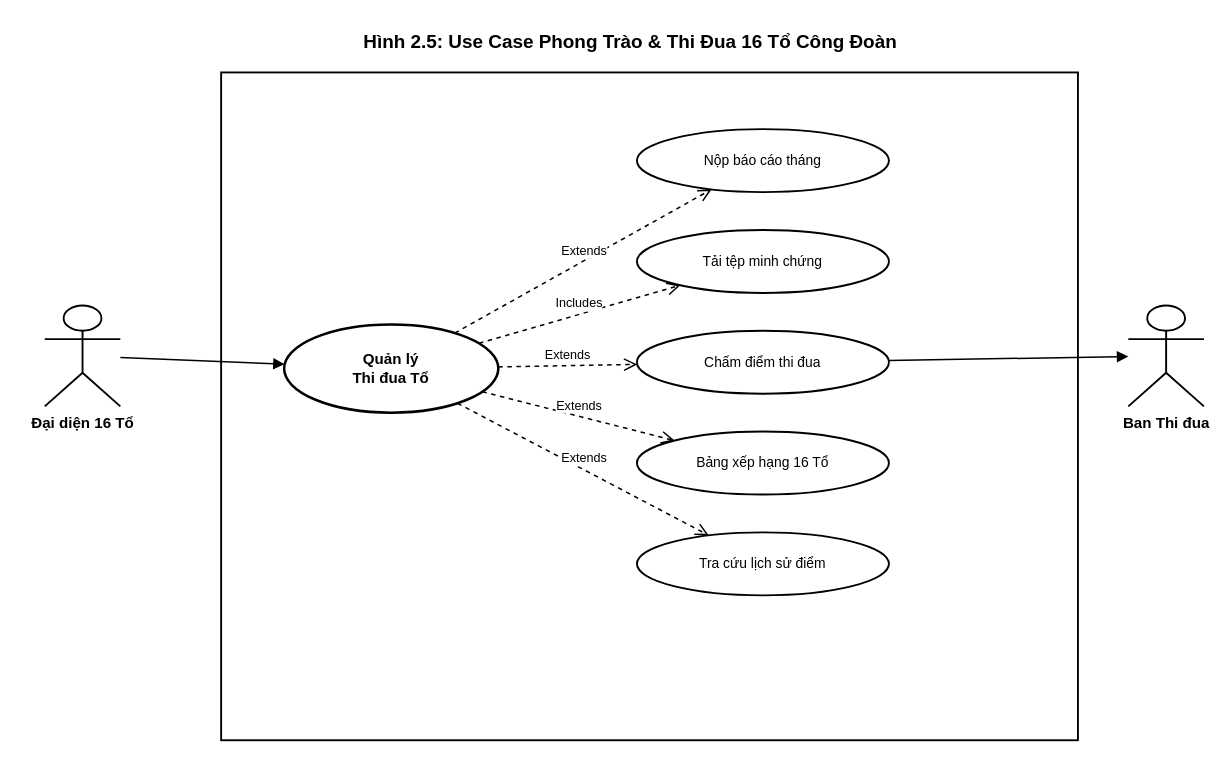
This is docs/diagrams/UC5_Thi_dua_16_To.drawio from t5ry7y88889/CongDoanTDMU, a draw.io file, before an edit. Source tidied: cells renumbered, new cells numbered last; positions are measured from the earlier drawing's top-left corner, leaving out a move shared by most shapes. Both pictures are drawn from the tidied source at 126%, with x=0, y=0 at pixel (44, 21).
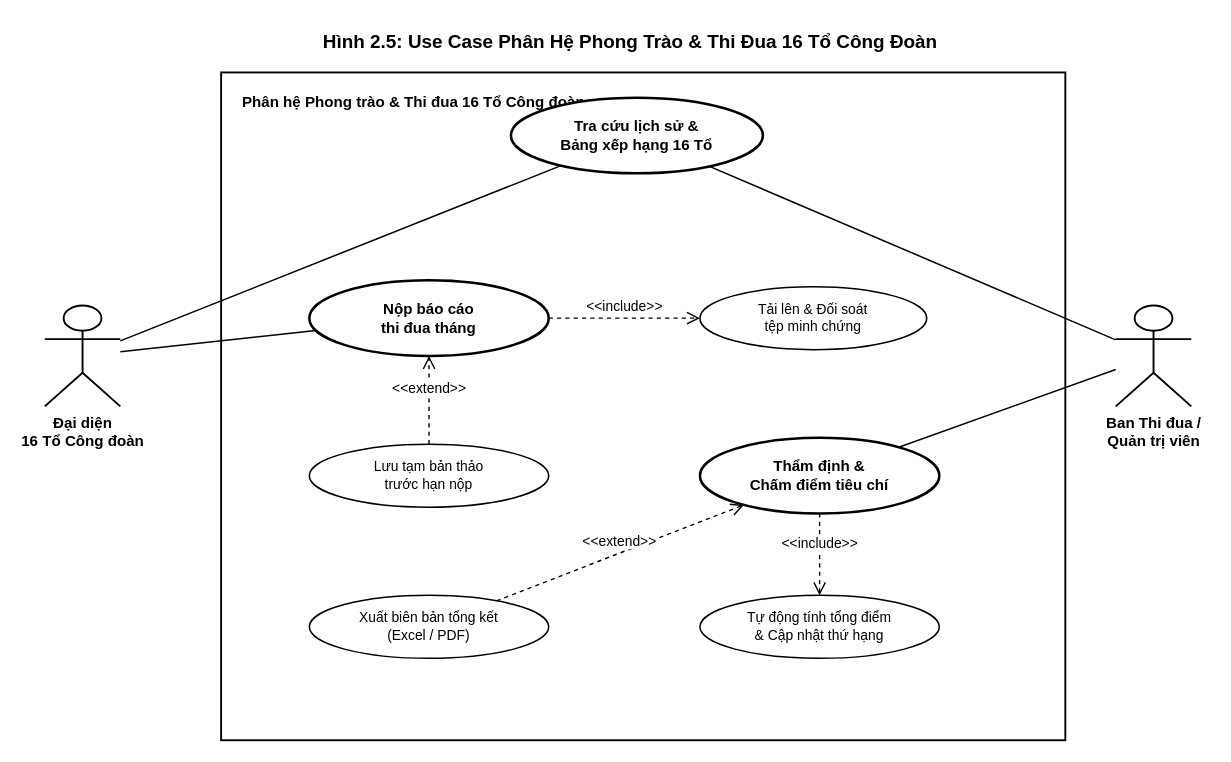
After the change.

Diff of the diagram source:
```diff
@@
-    <mxCell id="2" value="Hình 2.5: Use Case Phong Trào &amp; Thi Đua 16 Tổ Công Đoàn" style="text;html=1;strokeColor=none;fillColor=none;align=center;verticalAlign=middle;whiteSpace=wrap;fontStyle=1;fontSize=15;fontColor=#000000;fontFamily=Arial;" parent="1" vertex="1">
-      <mxGeometry x="90" width="750" height="30" as="geometry" />
-    </mxCell>
-    <mxCell id="3" style="rounded=0;whiteSpace=wrap;html=1;fillColor=none;strokeColor=#000000;strokeWidth=1.5;verticalAlign=top;fontStyle=1;fontSize=13;fontColor=#000000;fontFamily=Arial;" parent="1" vertex="1">
-      <mxGeometry x="140" y="40" width="680" height="530" as="geometry" />
-    </mxCell>
-    <mxCell id="4" value="Đại diện 16 Tổ" style="shape=umlActor;verticalLabelPosition=bottom;verticalAlign=top;html=1;outlineConnect=0;fillColor=#ffffff;strokeColor=#000000;strokeWidth=1.5;fontStyle=1;fontSize=12;fontColor=#000000;fontFamily=Arial;" parent="1" vertex="1">
-      <mxGeometry y="225" width="60" height="80" as="geometry" />
-    </mxCell>
-    <mxCell id="5" value="Ban Thi đua" style="shape=umlActor;verticalLabelPosition=bottom;verticalAlign=top;html=1;outlineConnect=0;fillColor=#ffffff;strokeColor=#000000;strokeWidth=1.5;fontStyle=1;fontSize=12;fontColor=#000000;fontFamily=Arial;" parent="1" vertex="1">
-      <mxGeometry x="860" y="225" width="60" height="80" as="geometry" />
-    </mxCell>
-    <mxCell id="6" value="Quản lý&#10;Thi đua Tổ" style="ellipse;whiteSpace=wrap;html=1;fillColor=#ffffff;strokeColor=#000000;strokeWidth=2;fontStyle=1;fontSize=12;fontColor=#000000;fontFamily=Arial;" parent="1" vertex="1">
-      <mxGeometry x="190" y="240" width="170" height="70" as="geometry" />
-    </mxCell>
-    <mxCell id="7" style="endArrow=block;endFill=1;strokeWidth=1.2;strokeColor=#000000;" parent="1" edge="1" source="4" target="6">
-      <mxGeometry relative="1" as="geometry" />
-    </mxCell>
-    <mxCell id="8" value="Nộp báo cáo tháng" style="ellipse;whiteSpace=wrap;html=1;fillColor=#ffffff;strokeColor=#000000;strokeWidth=1.5;fontStyle=0;fontSize=11;fontColor=#000000;fontFamily=Arial;" parent="1" vertex="1">
-      <mxGeometry x="470" y="85" width="200" height="50" as="geometry" />
-    </mxCell>
-    <mxCell id="9" value="Extends" style="html=1;verticalAlign=bottom;endArrow=open;dashed=1;endSize=8;rounded=0;strokeWidth=1.2;strokeColor=#000000;fontSize=10;fontColor=#000000;fontFamily=Arial;" parent="1" edge="1" source="6" target="8">
-      <mxGeometry relative="1" as="geometry" />
-    </mxCell>
-    <mxCell id="10" value="Tải tệp minh chứng" style="ellipse;whiteSpace=wrap;html=1;fillColor=#ffffff;strokeColor=#000000;strokeWidth=1.5;fontStyle=0;fontSize=11;fontColor=#000000;fontFamily=Arial;" parent="1" vertex="1">
-      <mxGeometry x="470" y="165" width="200" height="50" as="geometry" />
-    </mxCell>
-    <mxCell id="11" value="Includes" style="html=1;verticalAlign=bottom;endArrow=open;dashed=1;endSize=8;rounded=0;strokeWidth=1.2;strokeColor=#000000;fontSize=10;fontColor=#000000;fontFamily=Arial;" parent="1" edge="1" source="6" target="10">
-      <mxGeometry relative="1" as="geometry" />
-    </mxCell>
-    <mxCell id="12" value="Chấm điểm thi đua" style="ellipse;whiteSpace=wrap;html=1;fillColor=#ffffff;strokeColor=#000000;strokeWidth=1.5;fontStyle=0;fontSize=11;fontColor=#000000;fontFamily=Arial;" parent="1" vertex="1">
-      <mxGeometry x="470" y="245" width="200" height="50" as="geometry" />
-    </mxCell>
-    <mxCell id="13" value="Extends" style="html=1;verticalAlign=bottom;endArrow=open;dashed=1;endSize=8;rounded=0;strokeWidth=1.2;strokeColor=#000000;fontSize=10;fontColor=#000000;fontFamily=Arial;" parent="1" edge="1" source="6" target="12">
-      <mxGeometry relative="1" as="geometry" />
-    </mxCell>
-    <mxCell id="14" style="endArrow=block;endFill=1;strokeWidth=1.2;strokeColor=#000000;" parent="1" edge="1" source="12" target="5">
-      <mxGeometry relative="1" as="geometry" />
-    </mxCell>
-    <mxCell id="15" value="Bảng xếp hạng 16 Tổ" style="ellipse;whiteSpace=wrap;html=1;fillColor=#ffffff;strokeColor=#000000;strokeWidth=1.5;fontStyle=0;fontSize=11;fontColor=#000000;fontFamily=Arial;" parent="1" vertex="1">
-      <mxGeometry x="470" y="325" width="200" height="50" as="geometry" />
-    </mxCell>
-    <mxCell id="16" value="Extends" style="html=1;verticalAlign=bottom;endArrow=open;dashed=1;endSize=8;rounded=0;strokeWidth=1.2;strokeColor=#000000;fontSize=10;fontColor=#000000;fontFamily=Arial;" parent="1" edge="1" source="6" target="15">
-      <mxGeometry relative="1" as="geometry" />
-    </mxCell>
-    <mxCell id="17" value="Tra cứu lịch sử điểm" style="ellipse;whiteSpace=wrap;html=1;fillColor=#ffffff;strokeColor=#000000;strokeWidth=1.5;fontStyle=0;fontSize=11;fontColor=#000000;fontFamily=Arial;" parent="1" vertex="1">
-      <mxGeometry x="470" y="405" width="200" height="50" as="geometry" />
-    </mxCell>
-    <mxCell id="18" value="Extends" style="html=1;verticalAlign=bottom;endArrow=open;dashed=1;endSize=8;rounded=0;strokeWidth=1.2;strokeColor=#000000;fontSize=10;fontColor=#000000;fontFamily=Arial;" parent="1" edge="1" source="6" target="17">
-      <mxGeometry relative="1" as="geometry" />
-    </mxCell>
+    <mxCell id="19" value="Hình 2.5: Use Case Phân Hệ Phong Trào &amp; Thi Đua 16 Tổ Công Đoàn" style="text;html=1;strokeColor=none;fillColor=none;align=center;verticalAlign=middle;whiteSpace=wrap;fontStyle=1;fontSize=15;fontColor=#000000;fontFamily=Arial;" parent="1" vertex="1">
+      <mxGeometry x="90" width="750" height="30" as="geometry" />
+    </mxCell>
+    <mxCell id="20" value="Phân hệ Phong trào &amp; Thi đua 16 Tổ Công đoàn" style="rounded=0;whiteSpace=wrap;html=1;fillColor=none;strokeColor=#000000;strokeWidth=1.5;verticalAlign=top;align=left;spacingLeft=15;spacingTop=10;fontStyle=1;fontSize=12;fontColor=#000000;fontFamily=Arial;" parent="1" vertex="1">
+      <mxGeometry x="140" y="40" width="670" height="530" as="geometry" />
+    </mxCell>
+    <mxCell id="21" value="Đại diện&#10;16 Tổ Công đoàn" style="shape=umlActor;verticalLabelPosition=bottom;verticalAlign=top;html=1;outlineConnect=0;fillColor=#ffffff;strokeColor=#000000;strokeWidth=1.5;fontStyle=1;fontSize=12;fontColor=#000000;fontFamily=Arial;" parent="1" vertex="1">
+      <mxGeometry y="225" width="60" height="80" as="geometry" />
+    </mxCell>
+    <mxCell id="22" value="Ban Thi đua /&#10;Quản trị viên" style="shape=umlActor;verticalLabelPosition=bottom;verticalAlign=top;html=1;outlineConnect=0;fillColor=#ffffff;strokeColor=#000000;strokeWidth=1.5;fontStyle=1;fontSize=12;fontColor=#000000;fontFamily=Arial;" parent="1" vertex="1">
+      <mxGeometry x="850" y="225" width="60" height="80" as="geometry" />
+    </mxCell>
+    <mxCell id="23" value="Tra cứu lịch sử &amp;&#10;Bảng xếp hạng 16 Tổ" style="ellipse;whiteSpace=wrap;html=1;fillColor=#ffffff;strokeColor=#000000;strokeWidth=2;fontStyle=1;fontSize=12;fontColor=#000000;fontFamily=Arial;" parent="1" vertex="1">
+      <mxGeometry x="370" y="60" width="200" height="60" as="geometry" />
+    </mxCell>
+    <mxCell id="24" style="endArrow=none;html=1;strokeWidth=1.2;strokeColor=#000000;" parent="1" edge="1" source="21" target="23">
+      <mxGeometry relative="1" as="geometry" />
+    </mxCell>
+    <mxCell id="25" style="endArrow=none;html=1;strokeWidth=1.2;strokeColor=#000000;" parent="1" edge="1" source="22" target="23">
+      <mxGeometry relative="1" as="geometry" />
+    </mxCell>
+    <mxCell id="26" value="Nộp báo cáo&#10;thi đua tháng" style="ellipse;whiteSpace=wrap;html=1;fillColor=#ffffff;strokeColor=#000000;strokeWidth=2;fontStyle=1;fontSize=12;fontColor=#000000;fontFamily=Arial;" parent="1" vertex="1">
+      <mxGeometry x="210" y="205" width="190" height="60" as="geometry" />
+    </mxCell>
+    <mxCell id="27" style="endArrow=none;html=1;strokeWidth=1.2;strokeColor=#000000;" parent="1" edge="1" source="21" target="26">
+      <mxGeometry relative="1" as="geometry" />
+    </mxCell>
+    <mxCell id="28" value="Tải lên &amp; Đối soát&#10;tệp minh chứng" style="ellipse;whiteSpace=wrap;html=1;fillColor=#ffffff;strokeColor=#000000;strokeWidth=1.2;fontStyle=0;fontSize=11;fontColor=#000000;fontFamily=Arial;" parent="1" vertex="1">
+      <mxGeometry x="520" y="210" width="180" height="50" as="geometry" />
+    </mxCell>
+    <mxCell id="29" value="Lưu tạm bản thảo&#10;trước hạn nộp" style="ellipse;whiteSpace=wrap;html=1;fillColor=#ffffff;strokeColor=#000000;strokeWidth=1.2;fontStyle=0;fontSize=11;fontColor=#000000;fontFamily=Arial;" parent="1" vertex="1">
+      <mxGeometry x="210" y="335" width="190" height="50" as="geometry" />
+    </mxCell>
+    <mxCell id="30" value="Thẩm định &amp;&#10;Chấm điểm tiêu chí" style="ellipse;whiteSpace=wrap;html=1;fillColor=#ffffff;strokeColor=#000000;strokeWidth=2;fontStyle=1;fontSize=12;fontColor=#000000;fontFamily=Arial;" parent="1" vertex="1">
+      <mxGeometry x="520" y="330" width="190" height="60" as="geometry" />
+    </mxCell>
+    <mxCell id="31" style="endArrow=none;html=1;strokeWidth=1.2;strokeColor=#000000;" parent="1" edge="1" source="22" target="30">
+      <mxGeometry relative="1" as="geometry" />
+    </mxCell>
+    <mxCell id="32" value="Tự động tính tổng điểm&#10;&amp; Cập nhật thứ hạng" style="ellipse;whiteSpace=wrap;html=1;fillColor=#ffffff;strokeColor=#000000;strokeWidth=1.2;fontStyle=0;fontSize=11;fontColor=#000000;fontFamily=Arial;" parent="1" vertex="1">
+      <mxGeometry x="520" y="455" width="190" height="50" as="geometry" />
+    </mxCell>
+    <mxCell id="33" value="Xuất biên bản tổng kết&#10;(Excel / PDF)" style="ellipse;whiteSpace=wrap;html=1;fillColor=#ffffff;strokeColor=#000000;strokeWidth=1.2;fontStyle=0;fontSize=11;fontColor=#000000;fontFamily=Arial;" parent="1" vertex="1">
+      <mxGeometry x="210" y="455" width="190" height="50" as="geometry" />
+    </mxCell>
+    <mxCell id="34" value="&amp;lt;&amp;lt;include&amp;gt;&amp;gt;" style="html=1;verticalAlign=bottom;endArrow=open;dashed=1;endSize=8;strokeWidth=1.1;strokeColor=#000000;fontSize=11;fontColor=#000000;fontFamily=Arial;labelBackgroundColor=#ffffff;" parent="1" edge="1" source="26" target="28">
+      <mxGeometry relative="1" as="geometry" />
+    </mxCell>
+    <mxCell id="35" value="&amp;lt;&amp;lt;extend&amp;gt;&amp;gt;" style="html=1;verticalAlign=bottom;endArrow=open;dashed=1;endSize=8;strokeWidth=1.1;strokeColor=#000000;fontSize=11;fontColor=#000000;fontFamily=Arial;labelBackgroundColor=#ffffff;" parent="1" edge="1" source="29" target="26">
+      <mxGeometry relative="1" as="geometry" />
+    </mxCell>
+    <mxCell id="36" value="&amp;lt;&amp;lt;include&amp;gt;&amp;gt;" style="html=1;verticalAlign=bottom;endArrow=open;dashed=1;endSize=8;strokeWidth=1.1;strokeColor=#000000;fontSize=11;fontColor=#000000;fontFamily=Arial;labelBackgroundColor=#ffffff;" parent="1" edge="1" source="30" target="32">
+      <mxGeometry relative="1" as="geometry" />
+    </mxCell>
+    <mxCell id="37" value="&amp;lt;&amp;lt;extend&amp;gt;&amp;gt;" style="html=1;verticalAlign=bottom;endArrow=open;dashed=1;endSize=8;strokeWidth=1.1;strokeColor=#000000;fontSize=11;fontColor=#000000;fontFamily=Arial;labelBackgroundColor=#ffffff;" parent="1" edge="1" source="33" target="30">
+      <mxGeometry relative="1" as="geometry" />
+    </mxCell>
```
